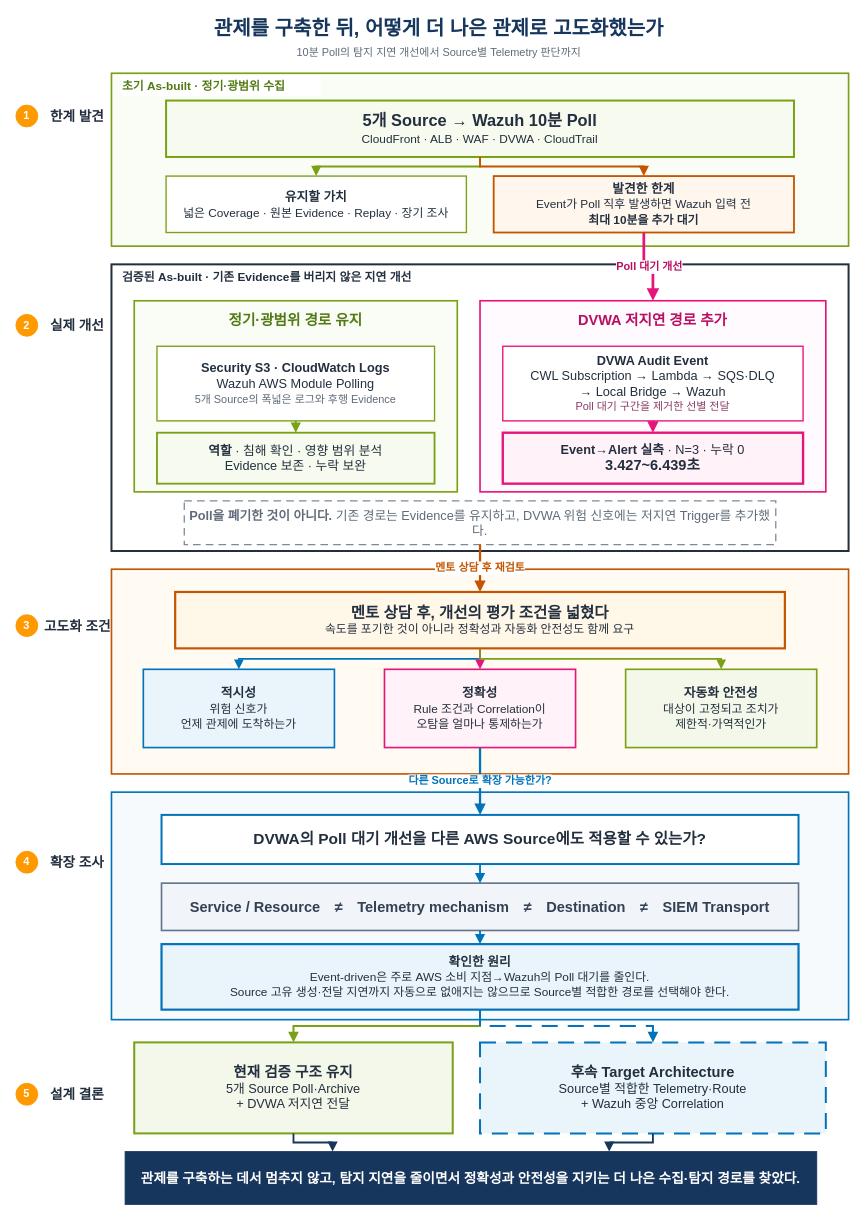
Before: 20_팀 프로젝트/3차 프로젝트/보고서/7.0 관제 고도화 과정.drawio in Unoh03/Obsi3, a draw.io diagram. Source tidied: cells renumbered, new cells numbered last; positions are measured from the earlier drawing's top-left corner, leaving out a move shared by most shapes. Both pictures are drawn from the tidied source at 91%, with x=0, y=0 at pixel (15, 15).
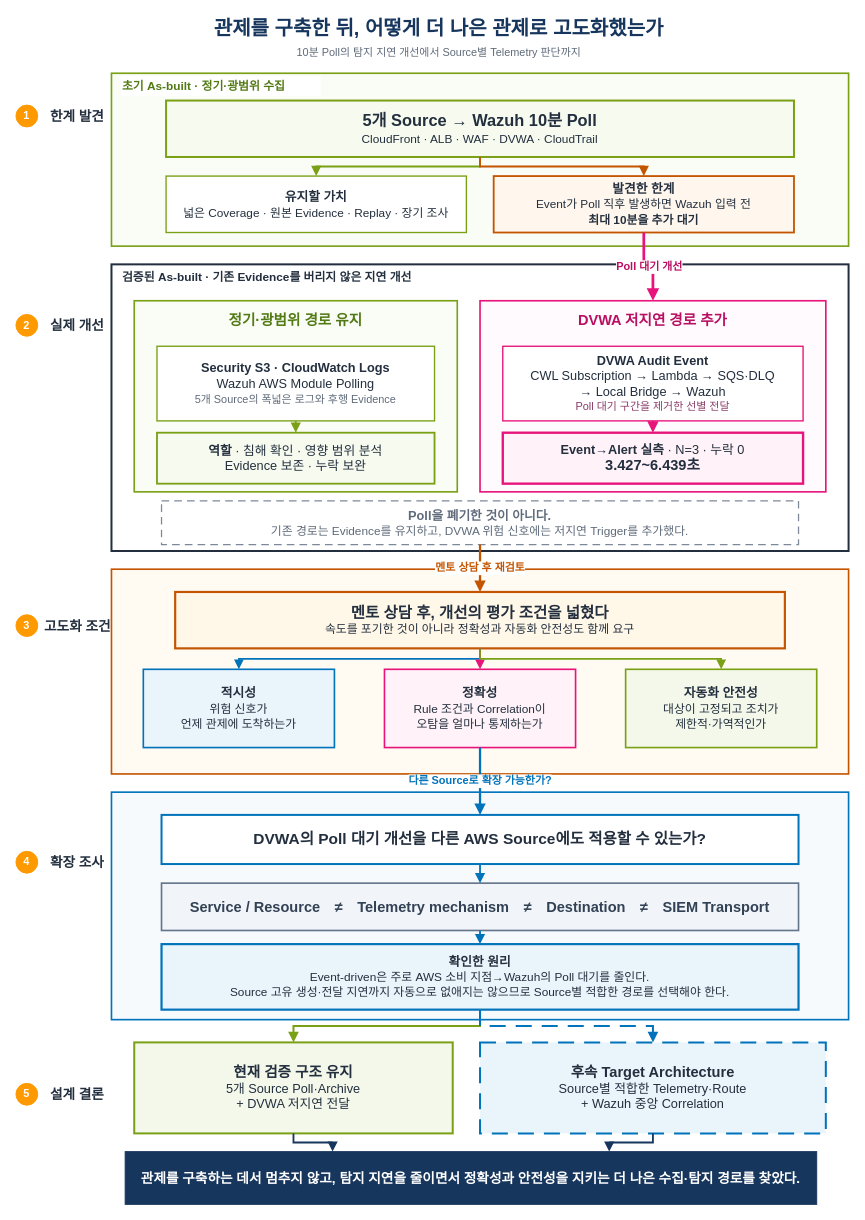
After the change.

Commit message:
Auto: 2026. 08. 26. 18:45:06 M 20_팀 프로젝트/3차 프로젝트/보고서/7.0 관제 고도화 과정.drawio

The edit, as a diff of the source:
```diff
@@
-    <mxCell id="23" value="&lt;b&gt;Poll을 폐기한 것이 아니다.&lt;/b&gt; 기존 경로는 Evidence를 유지하고, DVWA 위험 신호에는 저지연 Trigger를 추가했다." style="rounded=0;whiteSpace=wrap;html=1;fillColor=#FFFFFF;strokeColor=#7D8998;strokeWidth=1.4;dashed=1;dashPattern=6 4;fontColor=#5F6B7A;fontSize=14;align=center;verticalAlign=middle;spacing=6;" parent="1" vertex="1">
-      <mxGeometry x="185" y="533" width="650" height="48" as="geometry" />
+    <mxCell id="23" value="&lt;b&gt;Poll을 폐기한 것이 아니다.&lt;/b&gt;&lt;br&gt;&lt;font style=&quot;font-size:13px;&quot;&gt;기존 경로는 Evidence를 유지하고, DVWA 위험 신호에는 저지연 Trigger를 추가했다.&lt;/font&gt;" style="rounded=0;whiteSpace=wrap;html=1;fillColor=#FFFFFF;strokeColor=#7D8998;strokeWidth=1.4;dashed=1;dashPattern=6 4;fontColor=#5F6B7A;fontSize=14;align=center;verticalAlign=middle;spacing=6;" parent="1" vertex="1">
+      <mxGeometry x="160" y="533" width="700" height="48" as="geometry" />
     </mxCell>
```
